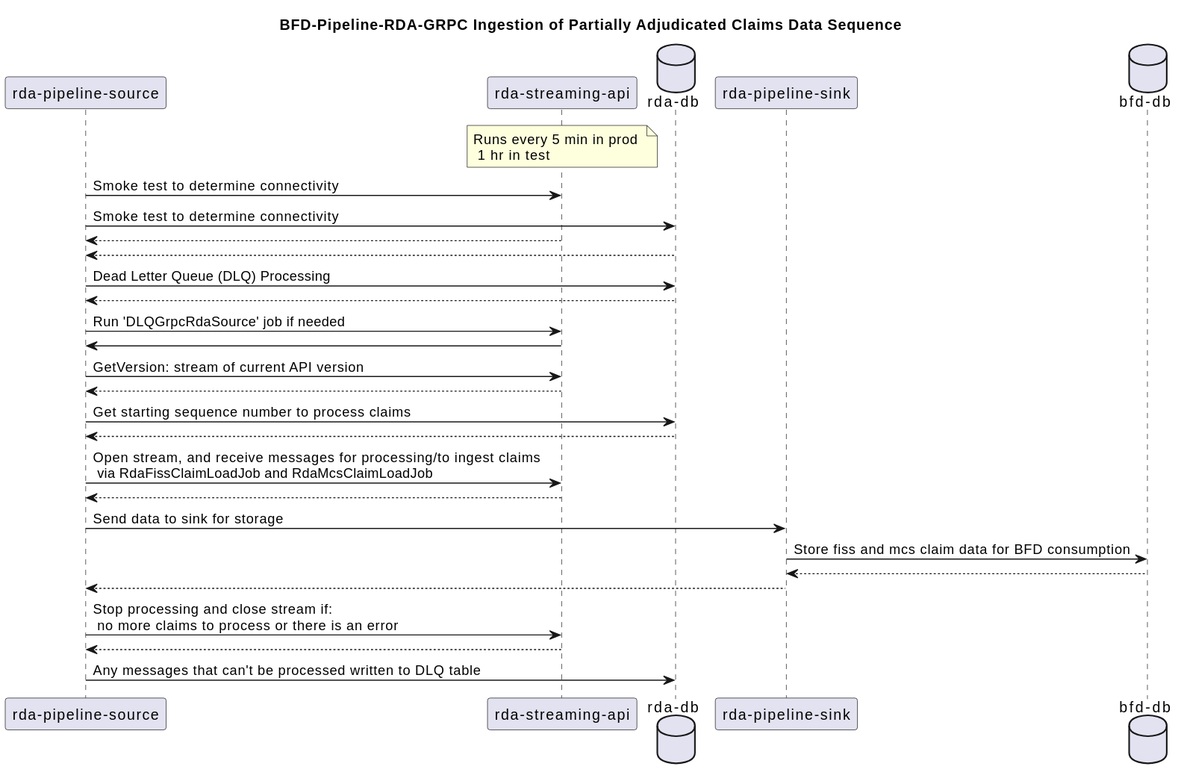
Earlier version of the PlantUML export docs/assets/fhir-resource-ingestion-digestion-diagrams/bfd-pipeline-rda-ingestion.svg (CMSgov/beneficiary-fhir-data).
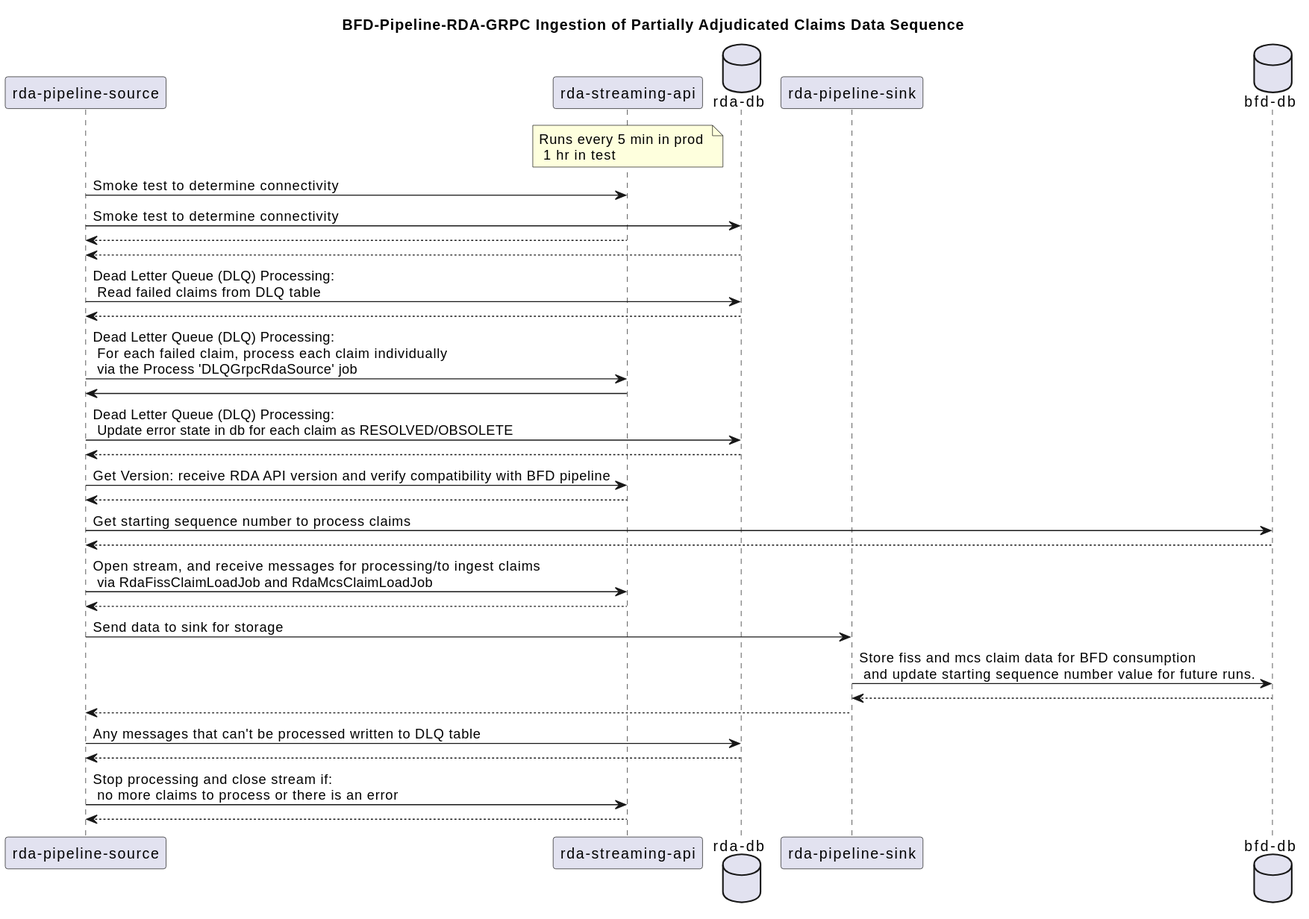
The same diagram one commit later.

Commit message:
update rda ingestion diagram for accuracy

The edit, as a diff of the source:
```diff
@@ -10,21 +10,24 @@
 "rda-pipeline-source" -> "rda-db": Smoke test to determine connectivity
 "rda-streaming-api" --> "rda-pipeline-source"
 "rda-db" --> "rda-pipeline-source"
-"rda-pipeline-source" -> "rda-db": Dead Letter Queue (DLQ) Processing
+"rda-pipeline-source" -> "rda-db": Dead Letter Queue (DLQ) Processing: \n Read failed claims from DLQ table
 "rda-db" --> "rda-pipeline-source"
-"rda-pipeline-source" -> "rda-streaming-api": Run 'DLQGrpcRdaSource' job if needed
+"rda-pipeline-source" -> "rda-streaming-api": Dead Letter Queue (DLQ) Processing: \n For each failed claim, process each claim individually \n via the Process 'DLQGrpcRdaSource' job
 "rda-streaming-api" -> "rda-pipeline-source"
-"rda-pipeline-source" -> "rda-streaming-api": GetVersion: stream of current API version
+"rda-pipeline-source" -> "rda-db": Dead Letter Queue (DLQ) Processing: \n Update error state in db for each claim as RESOLVED/OBSOLETE
+"rda-db" --> "rda-pipeline-source"
+"rda-pipeline-source" -> "rda-streaming-api": Get Version: receive RDA API version and verify compatibility with BFD pipeline
 "rda-streaming-api" --> "rda-pipeline-source"
-"rda-pipeline-source" -> "rda-db": Get starting sequence number to process claims
-"rda-db" --> "rda-pipeline-source"
+"rda-pipeline-source" -> "bfd-db": Get starting sequence number to process claims
+"bfd-db" --> "rda-pipeline-source"
 "rda-pipeline-source" -> "rda-streaming-api": Open stream, and receive messages for processing/to ingest claims \n via RdaFissClaimLoadJob and RdaMcsClaimLoadJob
 "rda-streaming-api" --> "rda-pipeline-source"
 "rda-pipeline-source" -> "rda-pipeline-sink": Send data to sink for storage
-"rda-pipeline-sink" -> "bfd-db": Store fiss and mcs claim data for BFD consumption
+"rda-pipeline-sink" -> "bfd-db": Store fiss and mcs claim data for BFD consumption \n and update starting sequence number value for future runs.
 "bfd-db" --> "rda-pipeline-sink"
 "rda-pipeline-sink" --> "rda-pipeline-source"
+"rda-pipeline-source" -> "rda-db": Any messages that can't be processed written to DLQ table
+"rda-db" --> "rda-pipeline-source"
 "rda-pipeline-source" -> "rda-streaming-api": Stop processing and close stream if: \n no more claims to process or there is an error
 "rda-streaming-api"--> "rda-pipeline-source"
-"rda-pipeline-source" -> "rda-db": Any messages that can't be processed written to DLQ table
 @enduml
```
